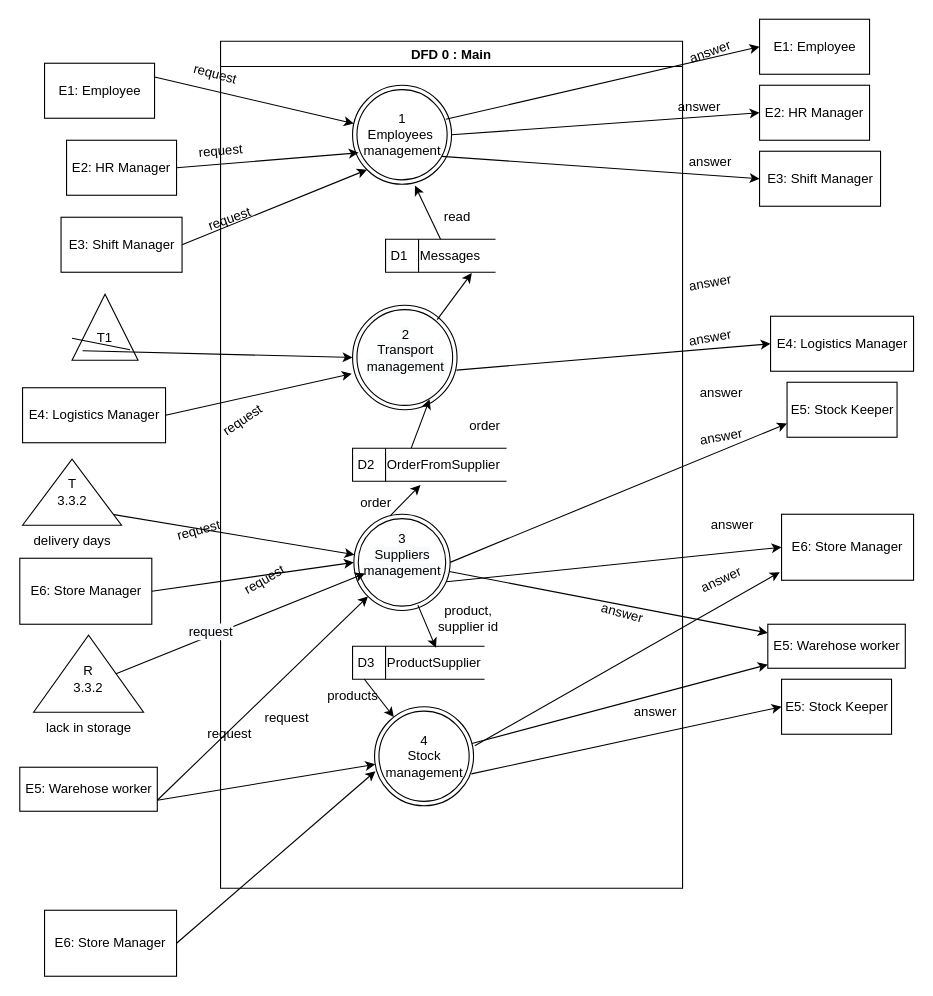
Before: docs/DFD/DFD0.drawio in Naveavra/Market, a draw.io diagram. Source tidied: cells renumbered, new cells numbered last; positions are measured from the earlier drawing's top-left corner, leaving out a move shared by most shapes. Both pictures are drawn from the tidied source at 110%, with x=0, y=0 at pixel (20, 19).
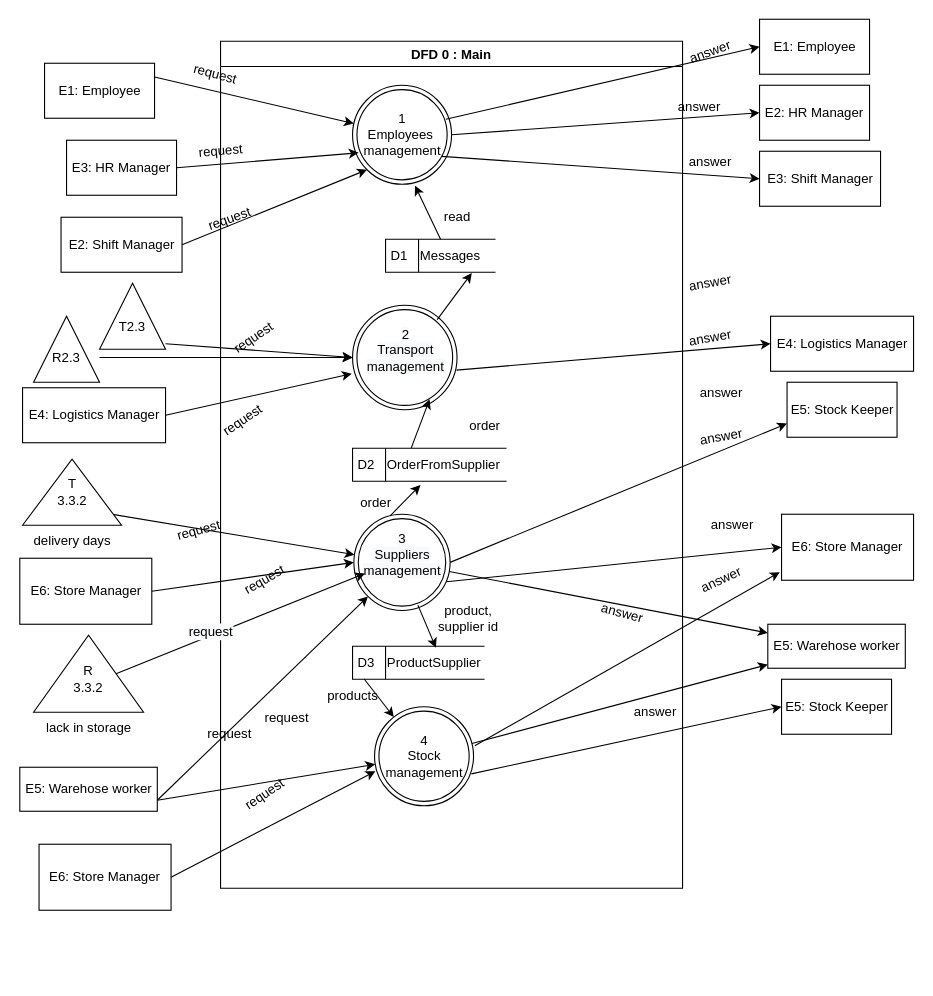
After the change.

Unchanged cells that the change refers to:
```xml
<mxCell id="2" value="DFD 0 : Main" style="swimlane;" parent="1" vertex="1">
  <mxGeometry x="182" y="20" width="420" height="770" as="geometry" />
</mxCell>
<mxCell id="4" value="&#10;&lt;span style=&quot;color: rgb(0, 0, 0); font-family: Helvetica; font-size: 12px; font-style: normal; font-variant-ligatures: normal; font-variant-caps: normal; font-weight: 400; letter-spacing: normal; orphans: 2; text-align: center; text-indent: 0px; text-transform: none; widows: 2; word-spacing: 0px; -webkit-text-stroke-width: 0px; background-color: rgb(248, 249, 250); text-decoration-thickness: initial; text-decoration-style: initial; text-decoration-color: initial; float: none; display: inline !important;&quot;&gt;2&lt;/span&gt;&lt;br style=&quot;color: rgb(0, 0, 0); font-family: Helvetica; font-size: 12px; font-style: normal; font-variant-ligatures: normal; font-variant-caps: normal; font-weight: 400; letter-spacing: normal; orphans: 2; text-align: center; text-indent: 0px; text-transform: none; widows: 2; word-spacing: 0px; -webkit-text-stroke-width: 0px; background-color: rgb(248, 249, 250); text-decoration-thickness: initial; text-decoration-style: initial; text-decoration-color: initial;&quot;&gt;&lt;span style=&quot;color: rgb(0, 0, 0); font-family: Helvetica; font-size: 12px; font-style: normal; font-variant-ligatures: normal; font-variant-caps: normal; font-weight: 400; letter-spacing: normal; orphans: 2; text-align: center; text-indent: 0px; text-transform: none; widows: 2; word-spacing: 0px; -webkit-text-stroke-width: 0px; background-color: rgb(248, 249, 250); text-decoration-thickness: initial; text-decoration-style: initial; text-decoration-color: initial; float: none; display: inline !important;&quot;&gt;Transport&lt;/span&gt;&lt;br style=&quot;color: rgb(0, 0, 0); font-family: Helvetica; font-size: 12px; font-style: normal; font-variant-ligatures: normal; font-variant-caps: normal; font-weight: 400; letter-spacing: normal; orphans: 2; text-align: center; text-indent: 0px; text-transform: none; widows: 2; word-spacing: 0px; -webkit-text-stroke-width: 0px; background-color: rgb(248, 249, 250); text-decoration-thickness: initial; text-decoration-style: initial; text-decoration-color: initial;&quot;&gt;&lt;span style=&quot;color: rgb(0, 0, 0); font-family: Helvetica; font-size: 12px; font-style: normal; font-variant-ligatures: normal; font-variant-caps: normal; font-weight: 400; letter-spacing: normal; orphans: 2; text-align: center; text-indent: 0px; text-transform: none; widows: 2; word-spacing: 0px; -webkit-text-stroke-width: 0px; background-color: rgb(248, 249, 250); text-decoration-thickness: initial; text-decoration-style: initial; text-decoration-color: initial; float: none; display: inline !important;&quot;&gt;management&lt;/span&gt;&#10;&#10;" style="ellipse;shape=doubleEllipse;html=1;dashed=0;whitespace=wrap;gradientColor=none;" parent="2" vertex="1">
  <mxGeometry x="120" y="240" width="95" height="95" as="geometry" />
</mxCell>
```

The edit, as a diff of the source:
```diff
@@
+    <mxCell id="84" value="request" style="text;html=1;align=center;verticalAlign=middle;strokeColor=none;fillColor=none;rotation=-34;" parent="2" vertex="1">
+      <mxGeometry y="260" width="60" height="20" as="geometry" />
+    </mxCell>
+    <mxCell id="85" value="request" style="text;html=1;align=center;verticalAlign=middle;strokeColor=none;fillColor=none;rotation=-34;" parent="2" vertex="1">
+      <mxGeometry x="10" y="675" width="60" height="20" as="geometry" />
+    </mxCell>
@@
-    <mxCell id="30" value="E3: Shift Manager" style="html=1;dashed=0;whitespace=wrap;gradientColor=none;" parent="1" vertex="1">
+    <mxCell id="30" value="E2: Shift Manager" style="html=1;dashed=0;whitespace=wrap;gradientColor=none;" parent="1" vertex="1">
       <mxGeometry x="37" y="180" width="110" height="50" as="geometry" />
     </mxCell>
-    <mxCell id="31" value="E2: HR Manager" style="rounded=0;whiteSpace=wrap;html=1;" parent="1" vertex="1">
+    <mxCell id="31" value="E3: HR Manager" style="rounded=0;whiteSpace=wrap;html=1;" parent="1" vertex="1">
       <mxGeometry x="42" y="110" width="100" height="50" as="geometry" />
     </mxCell>
@@
     <mxCell id="38" value="E6: Store Manager" style="rounded=0;whiteSpace=wrap;html=1;" parent="1" vertex="1">
-      <mxGeometry x="22" y="810" width="120" height="60" as="geometry" />
+      <mxGeometry x="17" y="750" width="120" height="60" as="geometry" />
     </mxCell>
@@
     <mxCell id="71" style="triangle;whiteSpace=wrap;html=1;dashed=0;direction=south;rotation=-180;" parent="1" vertex="1">
-      <mxGeometry x="47" y="250" width="60" height="60" as="geometry" />
+      <mxGeometry x="72" y="240" width="60" height="60" as="geometry" />
     </mxCell>
-    <mxCell id="72" style="endArrow=classic;html=1;rounded=0;exitX=0.159;exitY=0.879;exitDx=0;exitDy=0;exitPerimeter=0;entryX=0;entryY=0.5;entryDx=0;entryDy=0;startArrow=none;" parent="1" edge="1" source="82" target="4">
+    <mxCell id="72" style="endArrow=classic;html=1;rounded=0;exitX=1;exitY=1;exitDx=0;exitDy=0;entryX=0;entryY=0.5;entryDx=0;entryDy=0;startArrow=none;" parent="1" edge="1" source="82" target="4">
       <mxGeometry relative="1" as="geometry" />
     </mxCell>
@@
-    <mxCell id="82" value="T1" style="text;html=1;strokeColor=none;fillColor=none;align=center;verticalAlign=middle;whiteSpace=wrap;rounded=0;" parent="1" vertex="1">
-      <mxGeometry x="47" y="275" width="60" height="30" as="geometry" />
+    <mxCell id="82" value="T2.3" style="text;html=1;strokeColor=none;fillColor=none;align=center;verticalAlign=middle;whiteSpace=wrap;rounded=0;" parent="1" vertex="1">
+      <mxGeometry x="72" y="265" width="60" height="30" as="geometry" />
     </mxCell>
-    <mxCell id="83" style="endArrow=none;html=1;rounded=0;exitX=0.159;exitY=0.879;exitDx=0;exitDy=0;exitPerimeter=0;entryX=0;entryY=0.5;entryDx=0;entryDy=0;" parent="1" edge="1" source="71" target="82">
-      <mxGeometry relative="1" as="geometry" />
-    </mxCell>
+    <mxCell id="86" style="triangle;whiteSpace=wrap;html=1;dashed=0;direction=south;rotation=-180;" parent="1" vertex="1">
+      <mxGeometry x="12" y="270" width="60" height="60" as="geometry" />
+    </mxCell>
+    <mxCell id="87" value="R2.3" style="text;html=1;strokeColor=none;fillColor=none;align=center;verticalAlign=middle;whiteSpace=wrap;rounded=0;" parent="1" vertex="1">
+      <mxGeometry x="12" y="290" width="60" height="35" as="geometry" />
+    </mxCell>
+    <mxCell id="88" style="endArrow=classic;html=1;rounded=0;startArrow=none;" parent="1" edge="1" source="87" target="4">
+      <mxGeometry relative="1" as="geometry" />
+    </mxCell>
```
